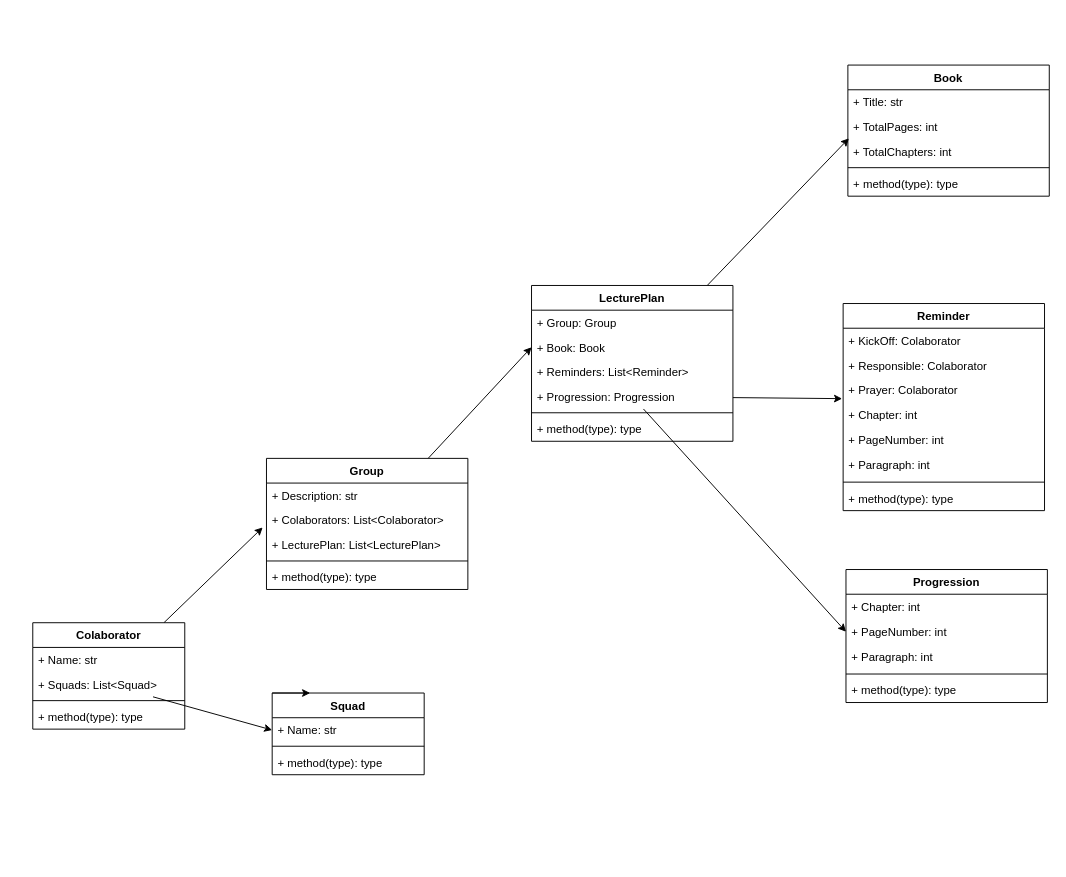
The draw.io diagram doc/getting-started.drawio in ssdaniel96/Old-LGM, before the edit. Source tidied: cells renumbered, new cells numbered last; positions are measured from the earlier drawing's top-left corner, leaving out a move shared by most shapes. Both pictures are drawn from the tidied source at 95%, with x=0, y=0 at pixel (32, 65).
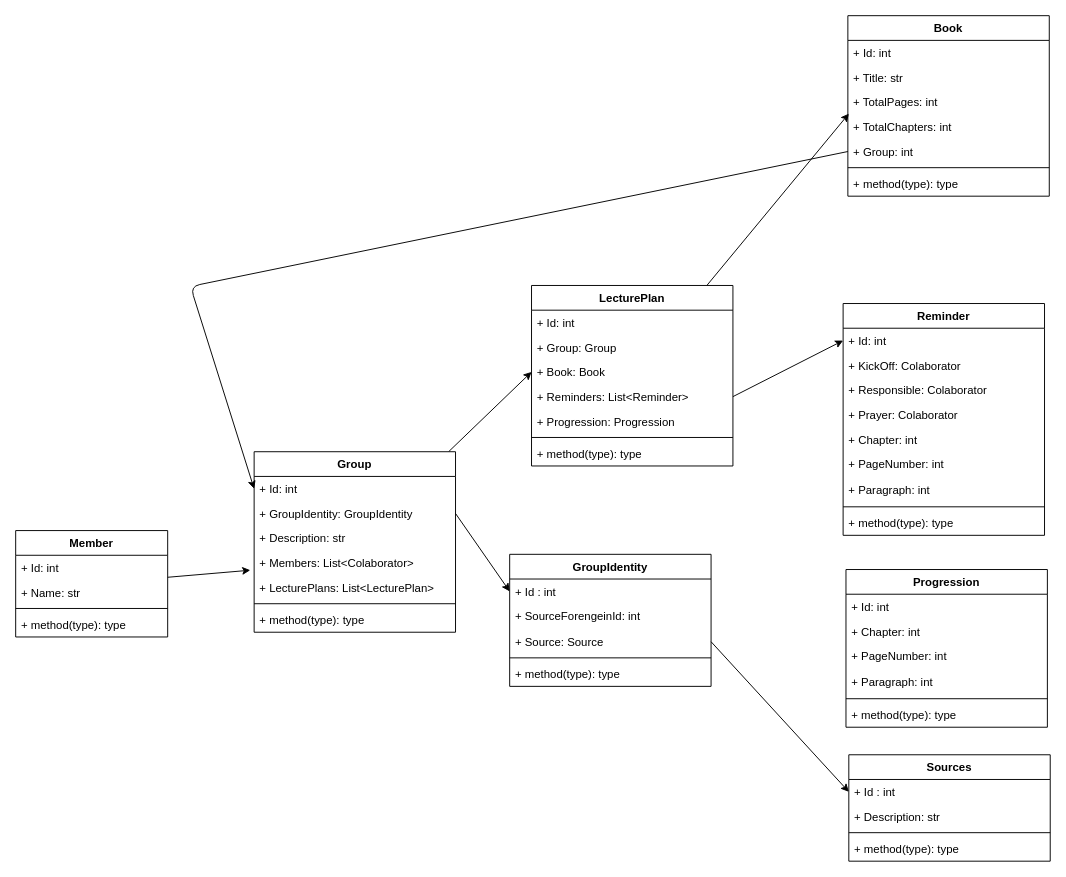
Above is the later version.

Commit message:
doc UML adjustments

The edit, as a diff of the source:
```diff
@@
-    <mxCell id="3" value="Colaborator" style="swimlane;fontStyle=1;align=center;verticalAlign=top;horizontal=1;startSize=26;" parent="1" vertex="1">
-      <mxGeometry y="587" width="160" height="112" as="geometry" />
+    <mxCell id="3" value="Member" style="swimlane;fontStyle=1;align=center;verticalAlign=top;horizontal=1;startSize=26;" parent="1" vertex="1">
+      <mxGeometry x="-18" y="490" width="160" height="112" as="geometry" />
     </mxCell>
-    <mxCell id="4" value="+ Name: str" style="text;strokeColor=none;fillColor=none;align=left;verticalAlign=top;spacingLeft=4;spacingRight=4;overflow=hidden;" parent="3" vertex="1">
+    <mxCell id="4" value="+ Id: int" style="text;strokeColor=none;fillColor=none;align=left;verticalAlign=top;spacingLeft=4;spacingRight=4;overflow=hidden;" parent="3" vertex="1">
       <mxGeometry y="26" width="160" height="26" as="geometry" />
     </mxCell>
-    <mxCell id="5" value="+ Squads: List&lt;Squad&gt;" style="text;strokeColor=none;fillColor=none;align=left;verticalAlign=top;spacingLeft=4;spacingRight=4;overflow=hidden;points=[[0,0.5],[1,0.5]];portConstraint=eastwest;" parent="3" vertex="1">
-      <mxGeometry y="52" width="160" height="26" as="geometry" />
-    </mxCell>
+    <mxCell id="45" value="+ Name: str" style="text;strokeColor=none;fillColor=none;align=left;verticalAlign=top;spacingLeft=4;spacingRight=4;overflow=hidden;points=[[0,0.5],[1,0.5]];portConstraint=eastwest;" parent="3" vertex="1">
+      <mxGeometry y="52" width="160" height="26" as="geometry" />
+    </mxCell>
@@
     <mxCell id="9" value="Group" style="swimlane;fontStyle=1;align=center;verticalAlign=top;horizontal=1;startSize=26;" parent="1" vertex="1">
-      <mxGeometry x="246" y="414" width="212" height="138" as="geometry" />
+      <mxGeometry x="233" y="407" width="212" height="190" as="geometry" />
     </mxCell>
-    <mxCell id="10" value="+ Description: str" style="text;strokeColor=none;fillColor=none;align=left;verticalAlign=top;spacingLeft=4;spacingRight=4;overflow=hidden;points=[[0,0.5],[1,0.5]];portConstraint=eastwest;" parent="9" vertex="1">
+    <mxCell id="10" value="+ Id: int" style="text;strokeColor=none;fillColor=none;align=left;verticalAlign=top;spacingLeft=4;spacingRight=4;overflow=hidden;points=[[0,0.5],[1,0.5]];portConstraint=eastwest;" parent="9" vertex="1">
       <mxGeometry y="26" width="212" height="26" as="geometry" />
     </mxCell>
+    <mxCell id="52" value="+ GroupIdentity: GroupIdentity" style="text;strokeColor=none;fillColor=none;align=left;verticalAlign=top;spacingLeft=4;spacingRight=4;overflow=hidden;points=[[0,0.5],[1,0.5]];portConstraint=eastwest;" parent="9" vertex="1">
+      <mxGeometry y="52" width="212" height="26" as="geometry" />
+    </mxCell>
+    <mxCell id="53" value="+ Description: str" style="text;strokeColor=none;fillColor=none;align=left;verticalAlign=top;spacingLeft=4;spacingRight=4;overflow=hidden;" parent="9" vertex="1">
+      <mxGeometry y="78" width="212" height="26" as="geometry" />
+    </mxCell>
-    <mxCell id="11" value="+ Colaborators: List&lt;Colaborator&gt;" style="text;strokeColor=none;fillColor=none;align=left;verticalAlign=top;spacingLeft=4;spacingRight=4;overflow=hidden;points=[[0,0.5],[1,0.5]];portConstraint=eastwest;" parent="9" vertex="1">
-      <mxGeometry y="52" width="212" height="26" as="geometry" />
+    <mxCell id="11" value="+ Members: List&lt;Colaborator&gt;" style="text;strokeColor=none;fillColor=none;align=left;verticalAlign=top;spacingLeft=4;spacingRight=4;overflow=hidden;points=[[0,0.5],[1,0.5]];portConstraint=eastwest;" parent="9" vertex="1">
+      <mxGeometry y="104" width="212" height="26" as="geometry" />
     </mxCell>
-    <mxCell id="12" value="+ LecturePlan: List&lt;LecturePlan&gt;" style="text;strokeColor=none;fillColor=none;align=left;verticalAlign=top;spacingLeft=4;spacingRight=4;overflow=hidden;" parent="9" vertex="1">
-      <mxGeometry y="78" width="212" height="26" as="geometry" />
+    <mxCell id="12" value="+ LecturePlans: List&lt;LecturePlan&gt;" style="text;strokeColor=none;fillColor=none;align=left;verticalAlign=top;spacingLeft=4;spacingRight=4;overflow=hidden;" parent="9" vertex="1">
+      <mxGeometry y="130" width="212" height="26" as="geometry" />
     </mxCell>
     <mxCell id="13" style="line;strokeWidth=1;fillColor=none;align=left;verticalAlign=middle;spacingTop=-1;spacingLeft=3;spacingRight=3;labelPosition=right;" parent="9" vertex="1">
-      <mxGeometry y="104" width="212" height="8" as="geometry" />
+      <mxGeometry y="156" width="212" height="8" as="geometry" />
     </mxCell>
     <mxCell id="14" value="+ method(type): type" style="text;strokeColor=none;fillColor=none;align=left;verticalAlign=top;spacingLeft=4;spacingRight=4;overflow=hidden;" parent="9" vertex="1">
-      <mxGeometry y="112" width="212" height="26" as="geometry" />
+      <mxGeometry y="164" width="212" height="26" as="geometry" />
     </mxCell>
     <mxCell id="15" value="Reminder" style="swimlane;fontStyle=1;align=center;verticalAlign=top;horizontal=1;startSize=26;" parent="1" vertex="1">
-      <mxGeometry x="853" y="251" width="212" height="218" as="geometry" />
+      <mxGeometry x="853" y="251" width="212" height="244" as="geometry" />
     </mxCell>
-    <mxCell id="16" value="+ KickOff: Colaborator" style="text;strokeColor=none;fillColor=none;align=left;verticalAlign=top;spacingLeft=4;spacingRight=4;overflow=hidden;points=[[0,0.5],[1,0.5]];portConstraint=eastwest;" parent="15" vertex="1">
+    <mxCell id="16" value="+ Id: int" style="text;strokeColor=none;fillColor=none;align=left;verticalAlign=top;spacingLeft=4;spacingRight=4;overflow=hidden;points=[[0,0.5],[1,0.5]];portConstraint=eastwest;" parent="15" vertex="1">
       <mxGeometry y="26" width="212" height="26" as="geometry" />
     </mxCell>
+    <mxCell id="54" value="+ KickOff: Colaborator" style="text;strokeColor=none;fillColor=none;align=left;verticalAlign=top;spacingLeft=4;spacingRight=4;overflow=hidden;" parent="15" vertex="1">
+      <mxGeometry y="52" width="212" height="26" as="geometry" />
+    </mxCell>
     <mxCell id="17" value="+ Responsible: Colaborator" style="text;strokeColor=none;fillColor=none;align=left;verticalAlign=top;spacingLeft=4;spacingRight=4;overflow=hidden;" parent="15" vertex="1">
-      <mxGeometry y="52" width="212" height="26" as="geometry" />
+      <mxGeometry y="78" width="212" height="26" as="geometry" />
     </mxCell>
     <mxCell id="18" value="+ Prayer: Colaborator" style="text;strokeColor=none;fillColor=none;align=left;verticalAlign=top;spacingLeft=4;spacingRight=4;overflow=hidden;" parent="15" vertex="1">
-      <mxGeometry y="78" width="212" height="26" as="geometry" />
+      <mxGeometry y="104" width="212" height="26" as="geometry" />
     </mxCell>
     <mxCell id="19" value="+ Chapter: int" style="text;strokeColor=none;fillColor=none;align=left;verticalAlign=top;spacingLeft=4;spacingRight=4;overflow=hidden;points=[[0,0.5],[1,0.5]];portConstraint=eastwest;" parent="15" vertex="1">
-      <mxGeometry y="104" width="212" height="26" as="geometry" />
+      <mxGeometry y="130" width="212" height="26" as="geometry" />
     </mxCell>
     <mxCell id="20" value="+ PageNumber: int" style="text;strokeColor=none;fillColor=none;align=left;verticalAlign=top;spacingLeft=4;spacingRight=4;overflow=hidden;" parent="15" vertex="1">
-      <mxGeometry y="130" width="212" height="27" as="geometry" />
+      <mxGeometry y="156" width="212" height="27" as="geometry" />
     </mxCell>
     <mxCell id="21" value="+ Paragraph: int" style="text;strokeColor=none;fillColor=none;align=left;verticalAlign=top;spacingLeft=4;spacingRight=4;overflow=hidden;" parent="15" vertex="1">
-      <mxGeometry y="157" width="212" height="27" as="geometry" />
+      <mxGeometry y="183" width="212" height="27" as="geometry" />
     </mxCell>
     <mxCell id="22" style="line;strokeWidth=1;fillColor=none;align=left;verticalAlign=middle;spacingTop=-1;spacingLeft=3;spacingRight=3;labelPosition=right;" parent="15" vertex="1">
-      <mxGeometry y="184" width="212" height="8" as="geometry" />
+      <mxGeometry y="210" width="212" height="8" as="geometry" />
     </mxCell>
     <mxCell id="23" value="+ method(type): type" style="text;strokeColor=none;fillColor=none;align=left;verticalAlign=top;spacingLeft=4;spacingRight=4;overflow=hidden;" parent="15" vertex="1">
-      <mxGeometry y="192" width="212" height="26" as="geometry" />
+      <mxGeometry y="218" width="212" height="26" as="geometry" />
     </mxCell>
     <mxCell id="24" value="Progression" style="swimlane;fontStyle=1;align=center;verticalAlign=top;horizontal=1;startSize=26;" parent="1" vertex="1">
-      <mxGeometry x="856" y="531" width="212" height="140" as="geometry" />
+      <mxGeometry x="856" y="531" width="212" height="166" as="geometry" />
     </mxCell>
-    <mxCell id="25" value="+ Chapter: int" style="text;strokeColor=none;fillColor=none;align=left;verticalAlign=top;spacingLeft=4;spacingRight=4;overflow=hidden;" parent="24" vertex="1">
+    <mxCell id="25" value="+ Id: int" style="text;strokeColor=none;fillColor=none;align=left;verticalAlign=top;spacingLeft=4;spacingRight=4;overflow=hidden;" parent="24" vertex="1">
       <mxGeometry y="26" width="212" height="26" as="geometry" />
     </mxCell>
+    <mxCell id="55" value="+ Chapter: int" style="text;strokeColor=none;fillColor=none;align=left;verticalAlign=top;spacingLeft=4;spacingRight=4;overflow=hidden;" parent="24" vertex="1">
+      <mxGeometry y="52" width="212" height="26" as="geometry" />
+    </mxCell>
     <mxCell id="26" value="+ PageNumber: int" style="text;strokeColor=none;fillColor=none;align=left;verticalAlign=top;spacingLeft=4;spacingRight=4;overflow=hidden;points=[[0,0.5],[1,0.5]];portConstraint=eastwest;" parent="24" vertex="1">
-      <mxGeometry y="52" width="212" height="27" as="geometry" />
+      <mxGeometry y="78" width="212" height="27" as="geometry" />
     </mxCell>
     <mxCell id="27" value="+ Paragraph: int" style="text;strokeColor=none;fillColor=none;align=left;verticalAlign=top;spacingLeft=4;spacingRight=4;overflow=hidden;" parent="24" vertex="1">
-      <mxGeometry y="79" width="212" height="27" as="geometry" />
+      <mxGeometry y="105" width="212" height="27" as="geometry" />
     </mxCell>
     <mxCell id="28" style="line;strokeWidth=1;fillColor=none;align=left;verticalAlign=middle;spacingTop=-1;spacingLeft=3;spacingRight=3;labelPosition=right;" parent="24" vertex="1">
-      <mxGeometry y="106" width="212" height="8" as="geometry" />
+      <mxGeometry y="132" width="212" height="8" as="geometry" />
     </mxCell>
     <mxCell id="29" value="+ method(type): type" style="text;strokeColor=none;fillColor=none;align=left;verticalAlign=top;spacingLeft=4;spacingRight=4;overflow=hidden;" parent="24" vertex="1">
-      <mxGeometry y="114" width="212" height="26" as="geometry" />
+      <mxGeometry y="140" width="212" height="26" as="geometry" />
     </mxCell>
     <mxCell id="30" value="Book" style="swimlane;fontStyle=1;align=center;verticalAlign=top;horizontal=1;startSize=26;" parent="1" vertex="1">
-      <mxGeometry x="858" width="212" height="138" as="geometry" />
+      <mxGeometry x="858" y="-52" width="212" height="190" as="geometry" />
     </mxCell>
-    <mxCell id="31" value="+ Title: str" style="text;strokeColor=none;fillColor=none;align=left;verticalAlign=top;spacingLeft=4;spacingRight=4;overflow=hidden;" parent="30" vertex="1">
+    <mxCell id="31" value="+ Id: int" style="text;strokeColor=none;fillColor=none;align=left;verticalAlign=top;spacingLeft=4;spacingRight=4;overflow=hidden;" parent="30" vertex="1">
       <mxGeometry y="26" width="212" height="26" as="geometry" />
     </mxCell>
+    <mxCell id="56" value="+ Title: str" style="text;strokeColor=none;fillColor=none;align=left;verticalAlign=top;spacingLeft=4;spacingRight=4;overflow=hidden;" parent="30" vertex="1">
+      <mxGeometry y="52" width="212" height="26" as="geometry" />
+    </mxCell>
     <mxCell id="32" value="+ TotalPages: int" style="text;strokeColor=none;fillColor=none;align=left;verticalAlign=top;spacingLeft=4;spacingRight=4;overflow=hidden;" parent="30" vertex="1">
-      <mxGeometry y="52" width="212" height="26" as="geometry" />
+      <mxGeometry y="78" width="212" height="26" as="geometry" />
     </mxCell>
     <mxCell id="33" value="+ TotalChapters: int" style="text;strokeColor=none;fillColor=none;align=left;verticalAlign=top;spacingLeft=4;spacingRight=4;overflow=hidden;points=[[0,0.5],[1,0.5]];portConstraint=eastwest;" parent="30" vertex="1">
-      <mxGeometry y="78" width="212" height="26" as="geometry" />
+      <mxGeometry y="104" width="212" height="26" as="geometry" />
     </mxCell>
+    <mxCell id="57" value="+ Group: int" style="text;strokeColor=none;fillColor=none;align=left;verticalAlign=top;spacingLeft=4;spacingRight=4;overflow=hidden;points=[[0,0.5],[1,0.5]];portConstraint=eastwest;" parent="30" vertex="1">
+      <mxGeometry y="130" width="212" height="26" as="geometry" />
+    </mxCell>
     <mxCell id="34" style="line;strokeWidth=1;fillColor=none;align=left;verticalAlign=middle;spacingTop=-1;spacingLeft=3;spacingRight=3;labelPosition=right;" parent="30" vertex="1">
-      <mxGeometry y="104" width="212" height="8" as="geometry" />
+      <mxGeometry y="156" width="212" height="8" as="geometry" />
     </mxCell>
     <mxCell id="35" value="+ method(type): type" style="text;strokeColor=none;fillColor=none;align=left;verticalAlign=top;spacingLeft=4;spacingRight=4;overflow=hidden;" parent="30" vertex="1">
-      <mxGeometry y="112" width="212" height="26" as="geometry" />
+      <mxGeometry y="164" width="212" height="26" as="geometry" />
     </mxCell>
@@
     <mxCell id="37" value="LecturePlan" style="swimlane;fontStyle=1;align=center;verticalAlign=top;horizontal=1;startSize=26;" parent="1" vertex="1">
-      <mxGeometry x="525" y="232" width="212" height="164" as="geometry" />
+      <mxGeometry x="525" y="232" width="212" height="190" as="geometry" />
     </mxCell>
-    <mxCell id="38" value="+ Group: Group" style="text;strokeColor=none;fillColor=none;align=left;verticalAlign=top;spacingLeft=4;spacingRight=4;overflow=hidden;" parent="37" vertex="1">
+    <mxCell id="38" value="+ Id: int" style="text;strokeColor=none;fillColor=none;align=left;verticalAlign=top;spacingLeft=4;spacingRight=4;overflow=hidden;" parent="37" vertex="1">
       <mxGeometry y="26" width="212" height="26" as="geometry" />
     </mxCell>
+    <mxCell id="58" value="+ Group: Group" style="text;strokeColor=none;fillColor=none;align=left;verticalAlign=top;spacingLeft=4;spacingRight=4;overflow=hidden;" parent="37" vertex="1">
+      <mxGeometry y="52" width="212" height="26" as="geometry" />
+    </mxCell>
     <mxCell id="39" value="+ Book: Book" style="text;strokeColor=none;fillColor=none;align=left;verticalAlign=top;spacingLeft=4;spacingRight=4;overflow=hidden;points=[[0,0.5],[1,0.5]];portConstraint=eastwest;" parent="37" vertex="1">
-      <mxGeometry y="52" width="212" height="26" as="geometry" />
+      <mxGeometry y="78" width="212" height="26" as="geometry" />
     </mxCell>
     <mxCell id="40" value="+ Reminders: List&lt;Reminder&gt;" style="text;strokeColor=none;fillColor=none;align=left;verticalAlign=top;spacingLeft=4;spacingRight=4;overflow=hidden;points=[[0,0.5],[1,0.5]];portConstraint=eastwest;" parent="37" vertex="1">
-      <mxGeometry y="78" width="212" height="26" as="geometry" />
+      <mxGeometry y="104" width="212" height="26" as="geometry" />
     </mxCell>
     <mxCell id="41" value="+ Progression: Progression" style="text;strokeColor=none;fillColor=none;align=left;verticalAlign=top;spacingLeft=4;spacingRight=4;overflow=hidden;points=[[0,0.5],[1,0.5]];portConstraint=eastwest;" parent="37" vertex="1">
-      <mxGeometry y="104" width="212" height="26" as="geometry" />
+      <mxGeometry y="130" width="212" height="26" as="geometry" />
     </mxCell>
     <mxCell id="42" style="line;strokeWidth=1;fillColor=none;align=left;verticalAlign=middle;spacingTop=-1;spacingLeft=3;spacingRight=3;labelPosition=right;" parent="37" vertex="1">
-      <mxGeometry y="130" width="212" height="8" as="geometry" />
+      <mxGeometry y="156" width="212" height="8" as="geometry" />
     </mxCell>
     <mxCell id="43" value="+ method(type): type" style="text;strokeColor=none;fillColor=none;align=left;verticalAlign=top;spacingLeft=4;spacingRight=4;overflow=hidden;" parent="37" vertex="1">
-      <mxGeometry y="138" width="212" height="26" as="geometry" />
+      <mxGeometry y="164" width="212" height="26" as="geometry" />
     </mxCell>
-    <mxCell id="44" value="Squad" style="swimlane;fontStyle=1;align=center;verticalAlign=top;horizontal=1;startSize=26;" parent="1" vertex="1">
-      <mxGeometry x="252" y="661" width="160" height="86" as="geometry" />
-    </mxCell>
-    <mxCell id="45" value="+ Name: str" style="text;strokeColor=none;fillColor=none;align=left;verticalAlign=top;spacingLeft=4;spacingRight=4;overflow=hidden;points=[[0,0.5],[1,0.5]];portConstraint=eastwest;" parent="44" vertex="1">
-      <mxGeometry y="26" width="160" height="26" as="geometry" />
-    </mxCell>
-    <mxCell id="46" style="line;strokeWidth=1;fillColor=none;align=left;verticalAlign=middle;spacingTop=-1;spacingLeft=3;spacingRight=3;labelPosition=right;" parent="44" vertex="1">
-      <mxGeometry y="52" width="160" height="8" as="geometry" />
-    </mxCell>
-    <mxCell id="47" value="+ method(type): type" style="text;strokeColor=none;fillColor=none;align=left;verticalAlign=top;spacingLeft=4;spacingRight=4;overflow=hidden;" parent="44" vertex="1">
-      <mxGeometry y="60" width="160" height="26" as="geometry" />
-    </mxCell>
-    <mxCell id="48" style="edgeStyle=none;html=1;entryX=0;entryY=0.5;entryDx=0;entryDy=0;" parent="1" edge="1" source="5" target="45">
-      <mxGeometry relative="1" as="geometry" />
-    </mxCell>
-    <mxCell id="49" style="edgeStyle=none;html=1;exitX=0;exitY=0;exitDx=0;exitDy=0;entryX=0.25;entryY=0;entryDx=0;entryDy=0;" parent="1" edge="1" source="44" target="44">
-      <mxGeometry relative="1" as="geometry" />
-    </mxCell>
-    <mxCell id="50" style="edgeStyle=none;html=1;entryX=-0.005;entryY=-0.149;entryDx=0;entryDy=0;entryPerimeter=0;" parent="1" edge="1" source="41" target="19">
-      <mxGeometry relative="1" as="geometry" />
-    </mxCell>
-    <mxCell id="51" style="edgeStyle=none;html=1;entryX=0;entryY=0.5;entryDx=0;entryDy=0;" parent="1" edge="1" source="41" target="26">
-      <mxGeometry relative="1" as="geometry" />
-    </mxCell>
+    <mxCell id="59" value="GroupIdentity" style="swimlane;fontStyle=1;align=center;verticalAlign=top;horizontal=1;startSize=26;" parent="1" vertex="1">
+      <mxGeometry x="502" y="515" width="212" height="139" as="geometry" />
+    </mxCell>
+    <mxCell id="60" value="+ Id : int" style="text;strokeColor=none;fillColor=none;align=left;verticalAlign=top;spacingLeft=4;spacingRight=4;overflow=hidden;points=[[0,0.5],[1,0.5]];portConstraint=eastwest;" parent="59" vertex="1">
+      <mxGeometry y="26" width="212" height="26" as="geometry" />
+    </mxCell>
+    <mxCell id="61" value="+ SourceForengeinId: int" style="text;strokeColor=none;fillColor=none;align=left;verticalAlign=top;spacingLeft=4;spacingRight=4;overflow=hidden;" parent="59" vertex="1">
+      <mxGeometry y="52" width="212" height="27" as="geometry" />
+    </mxCell>
+    <mxCell id="62" value="+ Source: Source" style="text;strokeColor=none;fillColor=none;align=left;verticalAlign=top;spacingLeft=4;spacingRight=4;overflow=hidden;points=[[0,0.5],[1,0.5]];portConstraint=eastwest;" parent="59" vertex="1">
+      <mxGeometry y="79" width="212" height="26" as="geometry" />
+    </mxCell>
+    <mxCell id="63" style="line;strokeWidth=1;fillColor=none;align=left;verticalAlign=middle;spacingTop=-1;spacingLeft=3;spacingRight=3;labelPosition=right;" parent="59" vertex="1">
+      <mxGeometry y="105" width="212" height="8" as="geometry" />
+    </mxCell>
+    <mxCell id="64" value="+ method(type): type" style="text;strokeColor=none;fillColor=none;align=left;verticalAlign=top;spacingLeft=4;spacingRight=4;overflow=hidden;" parent="59" vertex="1">
+      <mxGeometry y="113" width="212" height="26" as="geometry" />
+    </mxCell>
+    <mxCell id="65" value="Sources&#10;" style="swimlane;fontStyle=1;align=center;verticalAlign=top;horizontal=1;startSize=26;" parent="1" vertex="1">
+      <mxGeometry x="859" y="726" width="212" height="112" as="geometry" />
+    </mxCell>
+    <mxCell id="66" value="+ Id : int" style="text;strokeColor=none;fillColor=none;align=left;verticalAlign=top;spacingLeft=4;spacingRight=4;overflow=hidden;points=[[0,0.5],[1,0.5]];portConstraint=eastwest;" parent="65" vertex="1">
+      <mxGeometry y="26" width="212" height="26" as="geometry" />
+    </mxCell>
+    <mxCell id="67" value="+ Description: str" style="text;strokeColor=none;fillColor=none;align=left;verticalAlign=top;spacingLeft=4;spacingRight=4;overflow=hidden;" parent="65" vertex="1">
+      <mxGeometry y="52" width="212" height="26" as="geometry" />
+    </mxCell>
+    <mxCell id="68" style="line;strokeWidth=1;fillColor=none;align=left;verticalAlign=middle;spacingTop=-1;spacingLeft=3;spacingRight=3;labelPosition=right;" parent="65" vertex="1">
+      <mxGeometry y="78" width="212" height="8" as="geometry" />
+    </mxCell>
+    <mxCell id="69" value="+ method(type): type" style="text;strokeColor=none;fillColor=none;align=left;verticalAlign=top;spacingLeft=4;spacingRight=4;overflow=hidden;" parent="65" vertex="1">
+      <mxGeometry y="86" width="212" height="26" as="geometry" />
+    </mxCell>
+    <mxCell id="70" style="edgeStyle=none;html=1;exitX=1;exitY=0.5;exitDx=0;exitDy=0;entryX=0;entryY=0.5;entryDx=0;entryDy=0;" parent="1" edge="1" source="52" target="60">
+      <mxGeometry relative="1" as="geometry" />
+    </mxCell>
+    <mxCell id="71" style="edgeStyle=none;html=1;exitX=1;exitY=0.5;exitDx=0;exitDy=0;entryX=0;entryY=0.5;entryDx=0;entryDy=0;" parent="1" edge="1" source="62" target="66">
+      <mxGeometry relative="1" as="geometry" />
+    </mxCell>
+    <mxCell id="72" style="edgeStyle=none;html=1;exitX=1;exitY=0.5;exitDx=0;exitDy=0;entryX=0;entryY=0.5;entryDx=0;entryDy=0;" parent="1" edge="1" source="40" target="16">
+      <mxGeometry relative="1" as="geometry" />
+    </mxCell>
+    <mxCell id="73" style="edgeStyle=none;html=1;exitX=0;exitY=0.5;exitDx=0;exitDy=0;entryX=0;entryY=0.5;entryDx=0;entryDy=0;" parent="1" edge="1" source="57" target="10">
+      <mxGeometry relative="1" as="geometry">
+        <Array as="points">
+          <mxPoint x="166" y="233" />
+        </Array>
+      </mxGeometry>
+    </mxCell>
```
